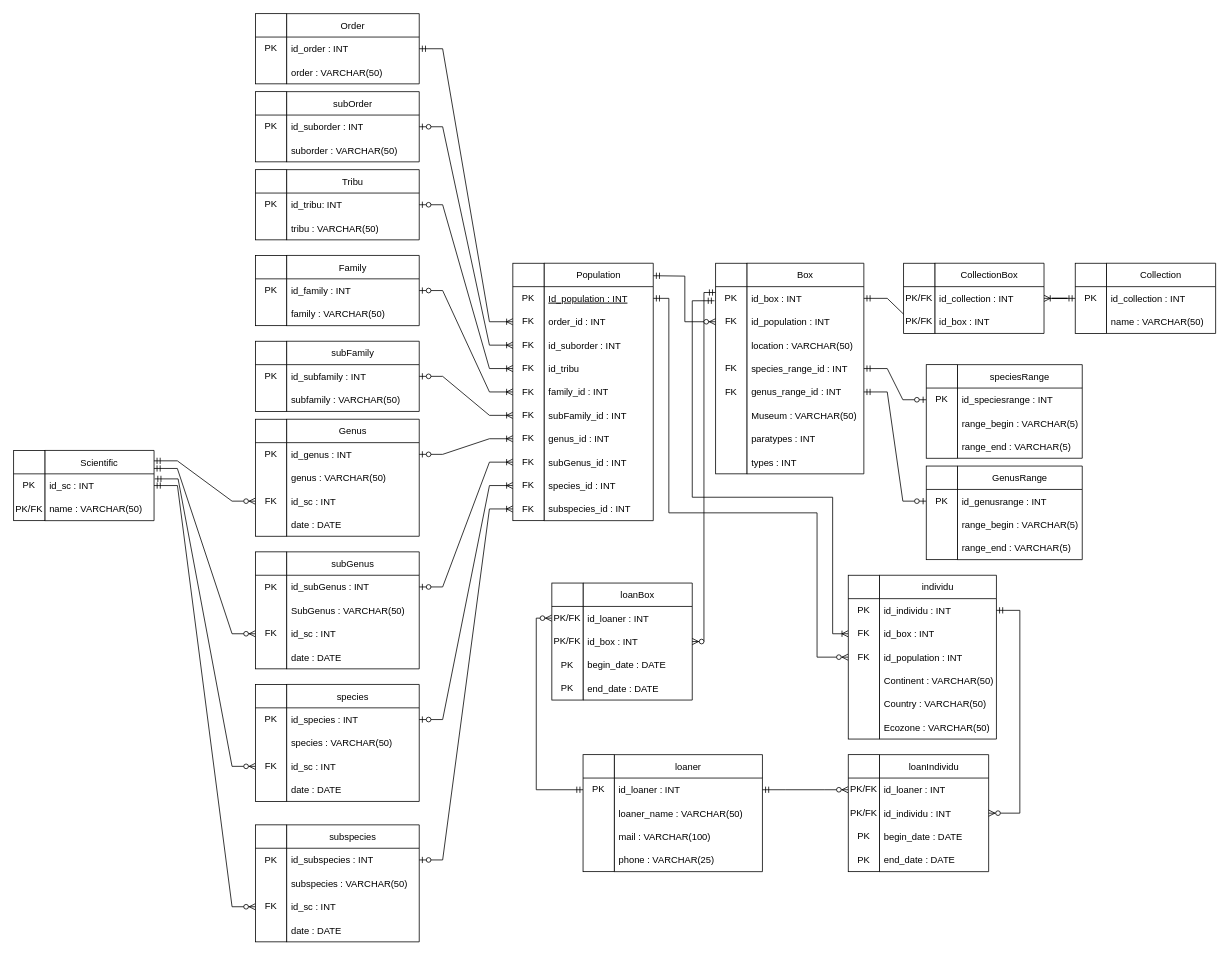
Earlier version of the draw.io diagram Diagramme/physical.drawio (Simon13411/Memoire). Source tidied: cells renumbered, new cells numbered last; positions are measured from the earlier drawing's top-left corner, leaving out a move shared by most shapes. Both pictures are drawn from the tidied source at 78%, with x=0, y=0 at pixel (13, 13).
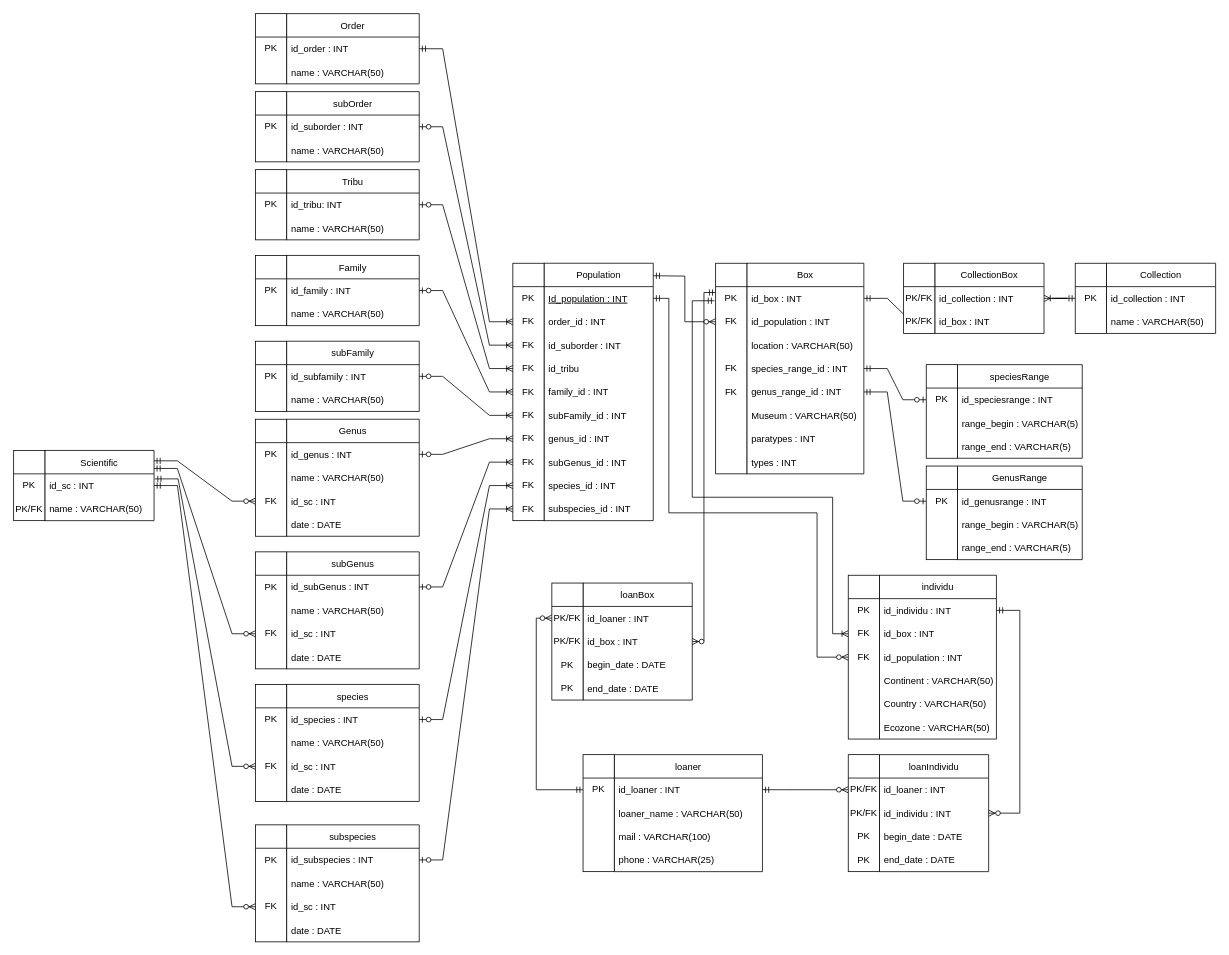
The same diagram, later.

The change refers to these unchanged cells:
```xml
<mxCell id="51" value="Order" style="swimlane;fontStyle=0;horizontal=1;startSize=30;" parent="1" vertex="1">
  <mxGeometry x="350" width="170" height="90" as="geometry" />
</mxCell>
<mxCell id="54" value="Family" style="swimlane;fontStyle=0;horizontal=1;startSize=30;" parent="1" vertex="1">
  <mxGeometry x="350" y="310" width="170" height="90" as="geometry" />
</mxCell>
<mxCell id="57" value="subFamily" style="swimlane;fontStyle=0;horizontal=1;startSize=30;" parent="1" vertex="1">
  <mxGeometry x="350" y="420" width="170" height="90" as="geometry" />
</mxCell>
<mxCell id="60" value="Genus" style="swimlane;fontStyle=0;horizontal=1;startSize=30;" parent="1" vertex="1">
  <mxGeometry x="350" y="520" width="170" height="150" as="geometry" />
</mxCell>
<mxCell id="65" value="subGenus" style="swimlane;fontStyle=0;horizontal=1;startSize=30;" parent="1" vertex="1">
  <mxGeometry x="350" y="690" width="170" height="150" as="geometry" />
</mxCell>
<mxCell id="70" value="species" style="swimlane;fontStyle=0;horizontal=1;startSize=30;" parent="1" vertex="1">
  <mxGeometry x="350" y="860" width="170" height="150" as="geometry" />
</mxCell>
<mxCell id="105" value="subspecies" style="swimlane;fontStyle=0;horizontal=1;startSize=30;" parent="1" vertex="1">
  <mxGeometry x="350" y="1040" width="170" height="150" as="geometry" />
</mxCell>
<mxCell id="187" value="subOrder" style="swimlane;fontStyle=0;horizontal=1;startSize=30;" parent="1" vertex="1">
  <mxGeometry x="350" y="100" width="170" height="90" as="geometry" />
</mxCell>
<mxCell id="195" value="Tribu" style="swimlane;fontStyle=0;horizontal=1;startSize=30;" parent="1" vertex="1">
  <mxGeometry x="350" y="200" width="170" height="90" as="geometry" />
</mxCell>
```

What changed in the source:
```diff
@@
-    <mxCell id="53" value="order : VARCHAR(50)" style="text;strokeColor=none;fillColor=none;align=left;verticalAlign=middle;spacingLeft=4;spacingRight=4;overflow=hidden;fontStyle=0;" parent="51" vertex="1">
+    <mxCell id="53" value="name : VARCHAR(50)" style="text;strokeColor=none;fillColor=none;align=left;verticalAlign=middle;spacingLeft=4;spacingRight=4;overflow=hidden;fontStyle=0;" parent="51" vertex="1">
       <mxGeometry y="60" width="170" height="30" as="geometry" />
     </mxCell>
@@
-    <mxCell id="56" value="family : VARCHAR(50)" style="text;strokeColor=none;fillColor=none;align=left;verticalAlign=middle;spacingLeft=4;spacingRight=4;overflow=hidden;fontStyle=0;" parent="54" vertex="1">
+    <mxCell id="56" value="name : VARCHAR(50)" style="text;strokeColor=none;fillColor=none;align=left;verticalAlign=middle;spacingLeft=4;spacingRight=4;overflow=hidden;fontStyle=0;" parent="54" vertex="1">
       <mxGeometry y="60" width="170" height="30" as="geometry" />
     </mxCell>
@@
-    <mxCell id="59" value="subfamily : VARCHAR(50)" style="text;strokeColor=none;fillColor=none;align=left;verticalAlign=middle;spacingLeft=4;spacingRight=4;overflow=hidden;fontStyle=0;" parent="57" vertex="1">
+    <mxCell id="59" value="name : VARCHAR(50)" style="text;strokeColor=none;fillColor=none;align=left;verticalAlign=middle;spacingLeft=4;spacingRight=4;overflow=hidden;fontStyle=0;" parent="57" vertex="1">
       <mxGeometry y="60" width="170" height="30" as="geometry" />
     </mxCell>
@@
-    <mxCell id="62" value="genus : VARCHAR(50)" style="text;strokeColor=none;fillColor=none;align=left;verticalAlign=middle;spacingLeft=4;spacingRight=4;overflow=hidden;fontStyle=0;" parent="60" vertex="1">
+    <mxCell id="62" value="name : VARCHAR(50)" style="text;strokeColor=none;fillColor=none;align=left;verticalAlign=middle;spacingLeft=4;spacingRight=4;overflow=hidden;fontStyle=0;" parent="60" vertex="1">
       <mxGeometry y="60" width="170" height="30" as="geometry" />
     </mxCell>
@@
-    <mxCell id="67" value="SubGenus : VARCHAR(50)" style="text;strokeColor=none;fillColor=none;align=left;verticalAlign=middle;spacingLeft=4;spacingRight=4;overflow=hidden;fontStyle=0;" parent="65" vertex="1">
+    <mxCell id="67" value="name : VARCHAR(50)" style="text;strokeColor=none;fillColor=none;align=left;verticalAlign=middle;spacingLeft=4;spacingRight=4;overflow=hidden;fontStyle=0;" parent="65" vertex="1">
       <mxGeometry y="60" width="170" height="30" as="geometry" />
     </mxCell>
@@
-    <mxCell id="72" value="species : VARCHAR(50)" style="text;strokeColor=none;fillColor=none;align=left;verticalAlign=middle;spacingLeft=4;spacingRight=4;overflow=hidden;fontStyle=0;" parent="70" vertex="1">
+    <mxCell id="72" value="name : VARCHAR(50)" style="text;strokeColor=none;fillColor=none;align=left;verticalAlign=middle;spacingLeft=4;spacingRight=4;overflow=hidden;fontStyle=0;" parent="70" vertex="1">
       <mxGeometry y="60" width="170" height="30" as="geometry" />
     </mxCell>
@@
-    <mxCell id="107" value="subspecies : VARCHAR(50)" style="text;strokeColor=none;fillColor=none;align=left;verticalAlign=middle;spacingLeft=4;spacingRight=4;overflow=hidden;fontStyle=0;" parent="105" vertex="1">
+    <mxCell id="107" value="name : VARCHAR(50)" style="text;strokeColor=none;fillColor=none;align=left;verticalAlign=middle;spacingLeft=4;spacingRight=4;overflow=hidden;fontStyle=0;" parent="105" vertex="1">
       <mxGeometry y="60" width="170" height="30" as="geometry" />
     </mxCell>
@@
-    <mxCell id="189" value="suborder : VARCHAR(50)" style="text;strokeColor=none;fillColor=none;align=left;verticalAlign=middle;spacingLeft=4;spacingRight=4;overflow=hidden;fontStyle=0;" parent="187" vertex="1">
+    <mxCell id="189" value="name : VARCHAR(50)" style="text;strokeColor=none;fillColor=none;align=left;verticalAlign=middle;spacingLeft=4;spacingRight=4;overflow=hidden;fontStyle=0;" parent="187" vertex="1">
       <mxGeometry y="60" width="170" height="30" as="geometry" />
     </mxCell>
@@
-    <mxCell id="197" value="tribu : VARCHAR(50)" style="text;strokeColor=none;fillColor=none;align=left;verticalAlign=middle;spacingLeft=4;spacingRight=4;overflow=hidden;fontStyle=0;" parent="195" vertex="1">
+    <mxCell id="197" value="name : VARCHAR(50)" style="text;strokeColor=none;fillColor=none;align=left;verticalAlign=middle;spacingLeft=4;spacingRight=4;overflow=hidden;fontStyle=0;" parent="195" vertex="1">
       <mxGeometry y="60" width="170" height="30" as="geometry" />
     </mxCell>
```
